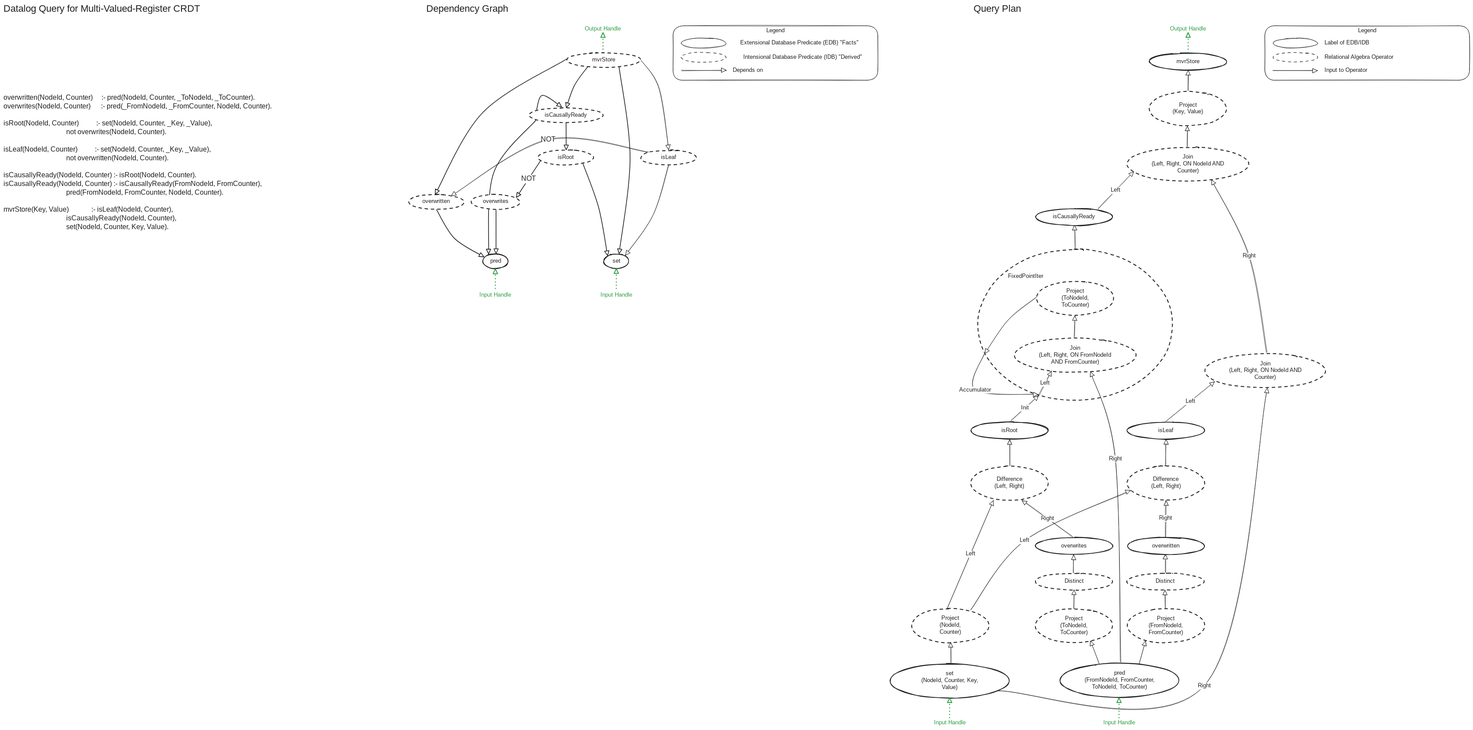
Before: notes/query_translation_mvr_crdt.excalidraw.svg, a diagram exported from Excalidraw (lstwn/masterthesis). Source tidied: one line per element, renumbered; positions are measured from the earlier drawing's top-left corner, leaving out a move shared by most shapes.
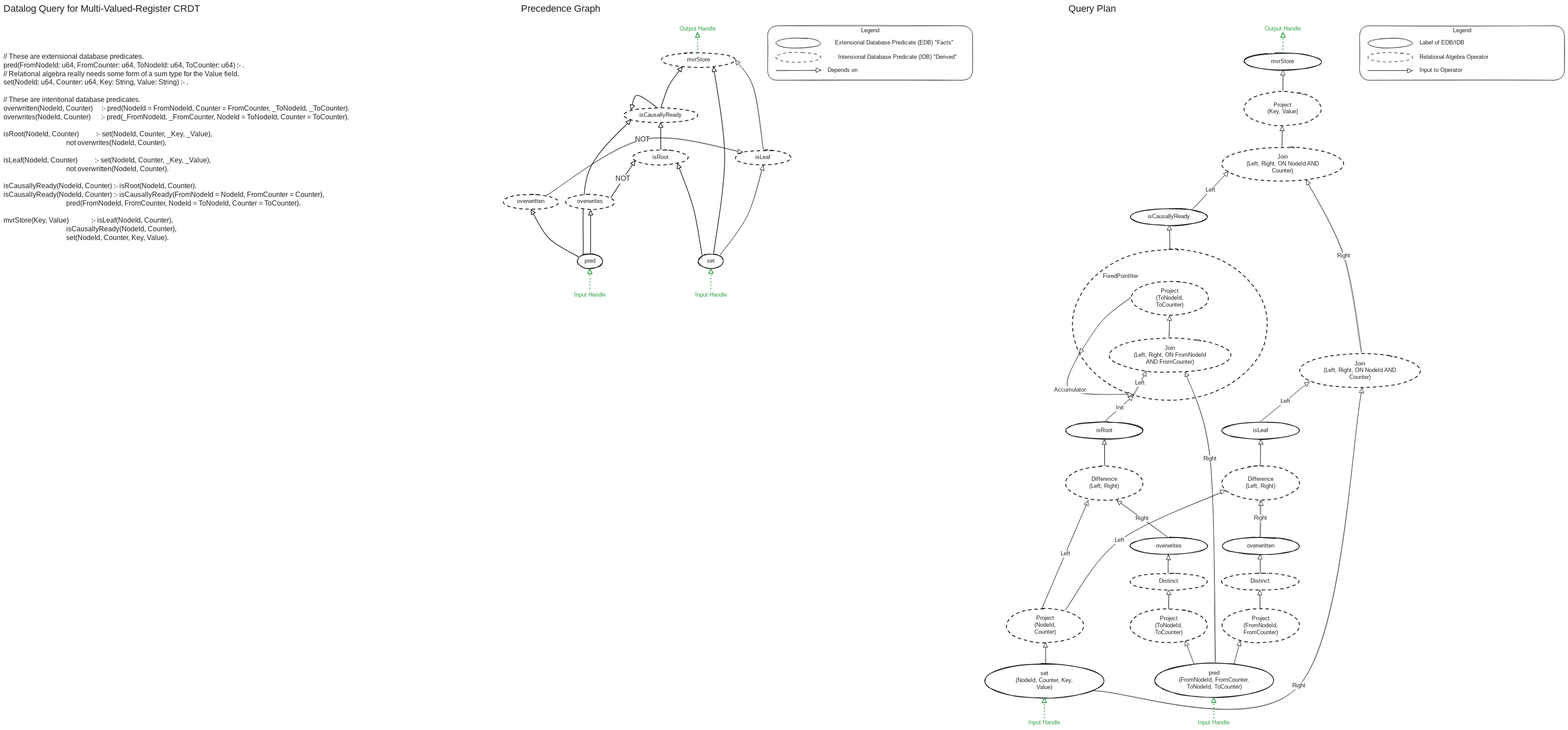
After the change.

Diff of the diagram source:
```diff
@@ -1,6 +1,6 @@
-{"id": 0, "type": "text", "text": "overwritten(NodeId, Counter)     :- pred(NodeId, Counter, _ToNodeId, _ToCounter).\noverwrites(NodeId, Counter)      :- pred(_FromNodeId, _FromCounter, NodeId, Counter).\n\nisRoot(NodeId, Counter)          :- set(NodeId, Counter, _Key, _Value),\n                                    not overwrites(NodeId, Counter).\n\nisLeaf(NodeId, Counter)          :- set(NodeId, Counter, _Key, _Value),\n                                    not overwritten(NodeId, Counter).\n\nisCausallyReady(NodeId, Counter) :- isRoot(NodeId, Counter).\nisCausallyReady(NodeId, Counter) :- isCausallyReady(FromNodeId, FromCounter),\n                                    pred(FromNodeId, FromCounter, NodeId, Counter).\n\nmvrStore(Key, Value)             :- isLeaf(NodeId, Counter),\n                                    isCausallyReady(NodeId, Counter),\n                                    set(NodeId, Counter, Key, Value).", "strokeColor": "#1e1e1e", "strokeWidth": 2, "roughness": 1, "fontSize": 20, "fontFamily": 8, "x": 0, "y": 261, "width": 961, "height": 400}
+{"id": 0, "type": "text", "text": "// These are extensional database predicates.\npred(FromNodeId: u64, FromCounter: u64, ToNodeId: u64, ToCounter: u64) :- .\n// Relational algebra really needs some form of a sum type for the Value field.\nset(NodeId: u64, Counter: u64, Key: String, Value: String) :- .\n\n// These are intentional database predicates.\noverwritten(NodeId, Counter)     :- pred(NodeId = FromNodeId, Counter = FromCounter, _ToNodeId, _ToCounter).\noverwrites(NodeId, Counter)      :- pred(_FromNodeId, _FromCounter, NodeId = ToNodeId, Counter = ToCounter).\n\nisRoot(NodeId, Counter)          :- set(NodeId, Counter, _Key, _Value),\n                                    not overwrites(NodeId, Counter).\n\nisLeaf(NodeId, Counter)          :- set(NodeId, Counter, _Key, _Value),\n                                    not overwritten(NodeId, Counter).\n\nisCausallyReady(NodeId, Counter) :- isRoot(NodeId, Counter).\nisCausallyReady(NodeId, Counter) :- isCausallyReady(FromNodeId = NodeId, FromCounter = Counter),\n                                    pred(FromNodeId, FromCounter, NodeId = ToNodeId, Counter = ToCounter).\n\nmvrStore(Key, Value)             :- isLeaf(NodeId, Counter),\n                                    isCausallyReady(NodeId, Counter),\n                                    set(NodeId, Counter, Key, Value).", "strokeColor": "#1e1e1e", "strokeWidth": 2, "roughness": 1, "fontSize": 20, "fontFamily": 8, "x": -273, "y": 143, "width": 1236, "height": 550}
-{"id": 1, "type": "text", "text": "Dependency Graph", "strokeColor": "#1e1e1e", "backgroundColor": "#ffffff", "fillStyle": "solid", "strokeWidth": 2, "strokeStyle": "dotted", "roughness": 0, "fontSize": 28, "fontFamily": 8, "x": 1225, "y": 0, "width": 296, "height": 35}
+{"id": 1, "type": "text", "text": "Precedence Graph", "strokeColor": "#1e1e1e", "backgroundColor": "#ffffff", "fillStyle": "solid", "strokeWidth": 2, "strokeStyle": "dotted", "roughness": 0, "fontSize": 28, "fontFamily": 8, "x": 1225, "y": 0, "width": 296, "height": 35}
-{"id": 2, "type": "text", "text": "Datalog Query for Multi-Valued-Register CRDT", "strokeColor": "#1e1e1e", "backgroundColor": "#ffffff", "fillStyle": "solid", "strokeWidth": 2, "strokeStyle": "dotted", "roughness": 0, "fontSize": 28, "fontFamily": 8, "x": 0, "y": 0, "width": 732, "height": 35}
+{"id": 2, "type": "text", "text": "Datalog Query for Multi-Valued-Register CRDT", "strokeColor": "#1e1e1e", "backgroundColor": "#ffffff", "fillStyle": "solid", "strokeWidth": 2, "strokeStyle": "dotted", "roughness": 0, "fontSize": 28, "fontFamily": 8, "x": -273, "y": 0, "width": 732, "height": 35}
 {"id": 3, "type": "text", "text": "Query Plan", "strokeColor": "#1e1e1e", "backgroundColor": "#ffffff", "fillStyle": "solid", "strokeWidth": 2, "strokeStyle": "dotted", "roughness": 0, "fontSize": 28, "fontFamily": 8, "x": 2811, "y": 0, "width": 296, "height": 35}
 {"id": 4, "type": "rectangle", "strokeColor": "#1e1e1e", "backgroundColor": "#ffffff", "fillStyle": "hachure", "strokeWidth": 1, "roughness": 1, "round": true, "x": 1940, "y": 65, "width": 593, "height": 158}
 {"id": 5, "type": "text", "text": "Legend", "strokeColor": "#1e1e1e", "backgroundColor": "#ffffff", "fillStyle": "hachure", "strokeWidth": 1, "roughness": 1, "fontSize": 16, "fontFamily": 8, "textAlign": "center", "inside": 4, "x": 2210, "y": 70, "width": 53, "height": 20}
@@ -105,7 +105,7 @@
 {"id": 104, "type": "arrow", "strokeColor": "#1e1e1e", "strokeWidth": 1, "roughness": 1, "endArrowhead": "triangle_outline", "round": true, "x": 3366, "y": 1753, "width": 0, "height": 54, "points": [[0, 0], [0, -54]]}
 {"id": 105, "type": "arrow", "strokeColor": "#1e1e1e", "strokeWidth": 1, "roughness": 1, "endArrowhead": "triangle_outline", "round": true, "x": 3102, "y": 1753, "width": 0, "height": 54, "points": [[0, 0], [0, -54]]}
 {"id": 106, "type": "arrow", "strokeColor": "#2f9e44", "backgroundColor": "#ffffff", "fillStyle": "solid", "strokeWidth": 2, "strokeStyle": "dotted", "roughness": 0, "endArrowhead": "triangle_outline", "round": true, "x": 1737, "y": 143, "width": 0, "height": 58, "points": [[0, 0], [0, -58]]}
-{"id": 107, "type": "arrow", "strokeColor": "#1e1e1e", "strokeWidth": 2, "roughness": 0, "endArrowhead": "triangle_outline", "round": true, "from": 118, "to": 108, "x": 1544, "y": 337, "width": 138, "height": 388, "points": [[0, 0], [-123, 153], [-138, 388]]}
+{"id": 107, "type": "arrow", "strokeColor": "#1e1e1e", "strokeWidth": 2, "roughness": 0, "startArrowhead": "triangle_outline", "round": true, "from": 118, "to": 108, "x": 1544, "y": 337, "width": 138, "height": 388, "points": [[0, 0], [-123, 153], [-138, 388]]}
 {"id": 108, "type": "ellipse", "strokeColor": "#1e1e1e", "strokeWidth": 2, "roughness": 1, "round": true, "x": 1389, "y": 725, "width": 73, "height": 43}
 {"id": 109, "type": "text", "text": "pred", "strokeColor": "#1e1e1e", "strokeWidth": 2, "roughness": 1, "fontSize": 16, "fontFamily": 8, "textAlign": "center", "verticalAlign": "middle", "inside": 108, "x": 1408, "y": 736, "width": 35, "height": 20}
 {"id": 110, "type": "ellipse", "strokeColor": "#1e1e1e", "strokeWidth": 2, "roughness": 1, "round": true, "x": 1739, "y": 725, "width": 73, "height": 43}
@@ -120,16 +120,15 @@
 {"id": 119, "type": "text", "text": "isCausallyReady", "strokeColor": "#1e1e1e", "strokeWidth": 2, "roughness": 1, "fontSize": 16, "fontFamily": 8, "textAlign": "center", "verticalAlign": "middle", "inside": 118, "x": 1563, "y": 314, "width": 132, "height": 20}
 {"id": 120, "type": "ellipse", "strokeColor": "#1e1e1e", "strokeWidth": 2, "strokeStyle": "dashed", "roughness": 1, "round": true, "x": 1631, "y": 143, "width": 215, "height": 42}
 {"id": 121, "type": "text", "text": "mvrStore", "strokeColor": "#1e1e1e", "strokeWidth": 2, "roughness": 1, "fontSize": 16, "fontFamily": 8, "textAlign": "center", "verticalAlign": "middle", "inside": 120, "x": 1704, "y": 154, "width": 70, "height": 20}
-{"id": 122, "type": "arrow", "strokeColor": "#1e1e1e", "strokeWidth": 2, "roughness": 0, "endArrowhead": "triangle_outline", "round": true, "from": 112, "to": 108, "x": 1427, "y": 599, "width": 0, "height": 125, "points": [[0, 0], [0, 125]]}
+{"id": 122, "type": "arrow", "strokeColor": "#1e1e1e", "strokeWidth": 2, "roughness": 0, "startArrowhead": "triangle_outline", "round": true, "from": 112, "to": 108, "x": 1427, "y": 599, "width": 0, "height": 125, "points": [[0, 0], [0, 125]]}
-{"id": 123, "type": "arrow", "strokeColor": "#1e1e1e", "strokeWidth": 2, "roughness": 0, "endArrowhead": "triangle_outline", "round": true, "from": 114, "to": 108, "x": 1255, "y": 597, "width": 137, "height": 137, "points": [[0, 0], [52, 83], [137, 137]]}
+{"id": 123, "type": "arrow", "strokeColor": "#1e1e1e", "strokeWidth": 2, "roughness": 0, "startArrowhead": "triangle_outline", "round": true, "from": 114, "to": 108, "x": 1255, "y": 597, "width": 137, "height": 137, "points": [[0, 0], [52, 83], [137, 137]]}
-{"id": 124, "type": "arrow", "strokeColor": "#1e1e1e", "strokeWidth": 2, "roughness": 0, "endArrowhead": "triangle_outline", "round": true, "from": 116, "to": 112, "x": 1556, "y": 456, "width": 70, "height": 106, "points": [[0, 0], [-70, 106]]}
+{"id": 124, "type": "arrow", "strokeColor": "#1e1e1e", "strokeWidth": 2, "roughness": 0, "startArrowhead": "triangle_outline", "round": true, "from": 116, "to": 112, "x": 1556, "y": 456, "width": 70, "height": 106, "points": [[0, 0], [-70, 106]]}
 {"id": 125, "type": "text", "text": "NOT", "strokeColor": "#1e1e1e", "backgroundColor": "#ffffff", "fillStyle": "hachure", "strokeWidth": 1, "roughness": 1, "fontSize": 20, "fontFamily": 8, "textAlign": "center", "verticalAlign": "middle", "inside": 124, "x": 1504, "y": 496, "width": 33, "height": 25}
-{"id": 126, "type": "arrow", "strokeColor": "#1e1e1e", "strokeWidth": 2, "roughness": 0, "endArrowhead": "triangle_outline", "round": true, "from": 116, "to": 110, "x": 1679, "y": 464, "width": 71, "height": 266, "points": [[0, 0], [46, 127], [71, 266]]}
+{"id": 126, "type": "arrow", "strokeColor": "#1e1e1e", "strokeWidth": 2, "roughness": 0, "startArrowhead": "triangle_outline", "round": true, "from": 116, "to": 110, "x": 1679, "y": 464, "width": 71, "height": 266, "points": [[0, 0], [46, 127], [71, 266]]}
-{"id": 127, "type": "arrow", "strokeColor": "#1e1e1e", "strokeWidth": 2, "roughness": 0, "endArrowhead": "triangle_outline", "round": true, "from": 118, "to": 116, "x": 1630, "y": 345, "width": 0, "height": 78, "points": [[0, 0], [0, 78]]}
+{"id": 127, "type": "arrow", "strokeColor": "#1e1e1e", "strokeWidth": 2, "roughness": 0, "startArrowhead": "triangle_outline", "round": true, "from": 118, "to": 116, "x": 1630, "y": 345, "width": 0, "height": 78, "points": [[0, 0], [0, 78]]}
-{"id": 128, "type": "arrow", "strokeColor": "#1e1e1e", "backgroundColor": "#ffffff", "fillStyle": "solid", "strokeWidth": 2, "roughness": 0, "endArrowhead": "triangle_outline", "round": true, "from": 118, "to": 118, "x": 1545, "y": 307, "width": 72, "height": 41, "points": [[0, 0], [17, -41], [72, -8]]}
+{"id": 128, "type": "arrow", "strokeColor": "#1e1e1e", "backgroundColor": "#ffffff", "fillStyle": "solid", "strokeWidth": 2, "roughness": 0, "startArrowhead": "triangle_outline", "round": true, "from": 118, "to": 118, "x": 1545, "y": 307, "width": 72, "height": 41, "points": [[0, 0], [17, -41], [72, -8]]}
-{"id": 129, "type": "arrow", "strokeColor": "#1e1e1e", "backgroundColor": "#ffffff", "fillStyle": "solid", "strokeWidth": 2, "roughness": 0, "endArrowhead": "triangle_outline", "round": true, "from": 120, "to": 110, "x": 1783, "y": 184, "width": 32, "height": 541, "points": [[0, 0], [32, 263], [0, 541]]}
+{"id": 129, "type": "arrow", "strokeColor": "#1e1e1e", "backgroundColor": "#ffffff", "fillStyle": "solid", "strokeWidth": 2, "roughness": 0, "startArrowhead": "triangle_outline", "round": true, "from": 120, "to": 110, "x": 1783, "y": 184, "width": 32, "height": 541, "points": [[0, 0], [32, 263], [0, 541]]}
-{"id": 130, "type": "arrow", "strokeColor": "#1e1e1e", "backgroundColor": "#ffffff", "fillStyle": "solid", "strokeWidth": 2, "roughness": 0, "endArrowhead": "triangle_outline", "round": true, "from": 120, "to": 114, "x": 1631, "y": 161, "width": 380, "height": 391, "points": [[0, 0], [-241, 154], [-380, 391]]}
-{"id": 131, "type": "arrow", "strokeColor": "#1e1e1e", "backgroundColor": "#ffffff", "fillStyle": "solid", "strokeWidth": 2, "roughness": 0, "endArrowhead": "triangle_outline", "round": true, "from": 120, "to": 118, "x": 1692, "y": 184, "width": 62, "height": 118, "points": [[0, 0], [-38, 54], [-62, 118]]}
+{"id": 131, "type": "arrow", "strokeColor": "#1e1e1e", "backgroundColor": "#ffffff", "fillStyle": "solid", "strokeWidth": 2, "roughness": 0, "startArrowhead": "triangle_outline", "round": true, "from": 120, "to": 118, "x": 1692, "y": 184, "width": 62, "height": 118, "points": [[0, 0], [-38, 54], [-62, 118]]}
 {"id": 132, "type": "arrow", "strokeColor": "#2f9e44", "backgroundColor": "#ffffff", "fillStyle": "solid", "strokeWidth": 2, "strokeStyle": "dotted", "roughness": 0, "endArrowhead": "triangle_outline", "round": true, "to": 108, "x": 1425, "y": 826, "width": 0, "height": 57, "points": [[0, 0], [0, -57]]}
 {"id": 133, "type": "arrow", "strokeColor": "#2f9e44", "backgroundColor": "#ffffff", "fillStyle": "solid", "strokeWidth": 2, "strokeStyle": "dotted", "roughness": 0, "endArrowhead": "triangle_outline", "round": true, "x": 1776, "y": 826, "width": 0, "height": 58, "points": [[0, 0], [0, -58]]}
 {"id": 134, "type": "text", "text": "Input Handle", "strokeColor": "#2f9e44", "backgroundColor": "#ffffff", "fillStyle": "solid", "strokeWidth": 2, "strokeStyle": "dotted", "roughness": 0, "fontSize": 16, "fontFamily": 8, "textAlign": "center", "x": 1368, "y": 835, "width": 114, "height": 20}
@@ -137,7 +136,7 @@
 {"id": 136, "type": "text", "text": "Output Handle", "strokeColor": "#2f9e44", "backgroundColor": "#ffffff", "fillStyle": "solid", "strokeWidth": 2, "strokeStyle": "dotted", "roughness": 0, "fontSize": 16, "fontFamily": 8, "textAlign": "center", "x": 1677, "y": 65, "width": 119, "height": 20}
 {"id": 137, "type": "ellipse", "strokeColor": "#1e1e1e", "strokeWidth": 2, "strokeStyle": "dashed", "roughness": 1, "round": true, "x": 1846, "y": 425, "width": 160, "height": 43}
 {"id": 138, "type": "text", "text": "isLeaf", "strokeColor": "#1e1e1e", "strokeWidth": 2, "roughness": 1, "fontSize": 16, "fontFamily": 8, "textAlign": "center", "verticalAlign": "middle", "inside": 137, "x": 1900, "y": 436, "width": 53, "height": 20}
-{"id": 139, "type": "arrow", "strokeColor": "#1e1e1e", "backgroundColor": "#ffffff", "fillStyle": "hachure", "strokeWidth": 1, "roughness": 1, "endArrowhead": "triangle_outline", "round": true, "from": 137, "to": 110, "x": 1927, "y": 469, "width": 126, "height": 261, "points": [[0, 0], [-45, 143], [-126, 261]]}
+{"id": 139, "type": "arrow", "strokeColor": "#1e1e1e", "backgroundColor": "#ffffff", "fillStyle": "hachure", "strokeWidth": 1, "roughness": 1, "startArrowhead": "triangle_outline", "round": true, "from": 137, "to": 110, "x": 1927, "y": 469, "width": 126, "height": 261, "points": [[0, 0], [-45, 143], [-126, 261]]}
-{"id": 140, "type": "arrow", "strokeColor": "#1e1e1e", "backgroundColor": "#ffffff", "fillStyle": "hachure", "strokeWidth": 1, "roughness": 1, "endArrowhead": "triangle_outline", "round": true, "from": 137, "to": 114, "x": 1868, "y": 430, "width": 570, "height": 163, "points": [[0, 0], [-290, -35], [-570, 127]]}
+{"id": 140, "type": "arrow", "strokeColor": "#1e1e1e", "backgroundColor": "#ffffff", "fillStyle": "hachure", "strokeWidth": 1, "roughness": 1, "startArrowhead": "triangle_outline", "round": true, "from": 137, "to": 114, "x": 1868, "y": 430, "width": 570, "height": 163, "points": [[0, 0], [-290, -35], [-570, 127]]}
 {"id": 141, "type": "text", "text": "NOT", "strokeColor": "#1e1e1e", "backgroundColor": "#ffffff", "fillStyle": "hachure", "strokeWidth": 1, "roughness": 1, "fontSize": 20, "fontFamily": 8, "textAlign": "center", "verticalAlign": "middle", "inside": 140, "x": 1561, "y": 383, "width": 33, "height": 25}
-{"id": 142, "type": "arrow", "strokeColor": "#1e1e1e", "backgroundColor": "#ffffff", "fillStyle": "hachure", "strokeWidth": 1, "roughness": 1, "endArrowhead": "triangle_outline", "round": true, "from": 120, "to": 137, "x": 1847, "y": 165, "width": 80, "height": 260, "points": [[0, 0], [53, 82], [80, 260]]}
+{"id": 142, "type": "arrow", "strokeColor": "#1e1e1e", "backgroundColor": "#ffffff", "fillStyle": "hachure", "strokeWidth": 1, "roughness": 1, "startArrowhead": "triangle_outline", "round": true, "from": 120, "to": 137, "x": 1847, "y": 165, "width": 80, "height": 260, "points": [[0, 0], [53, 82], [80, 260]]}
```
